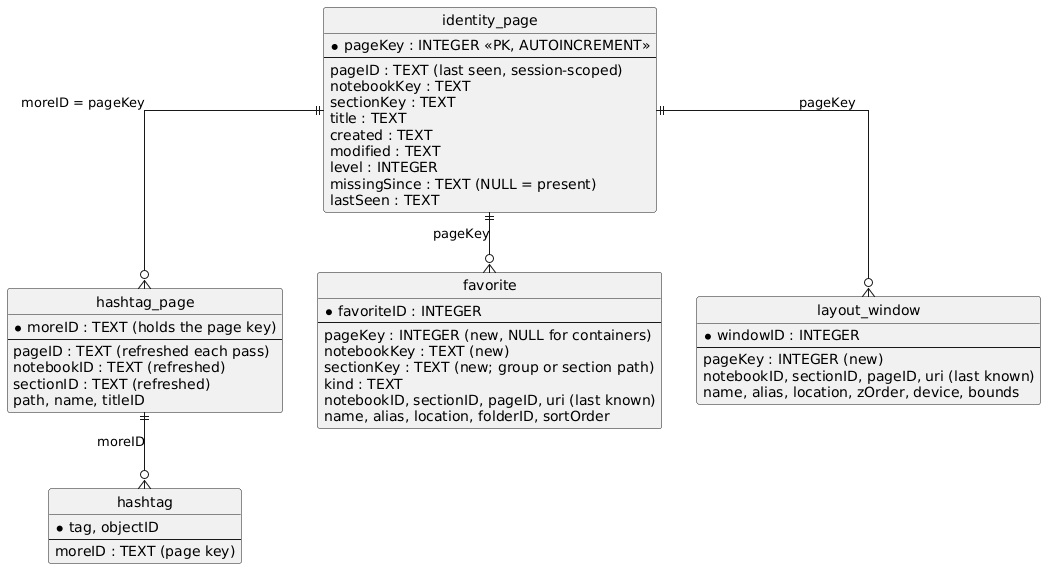
Before: docs/developers/Design - Page Identity_files/image002.png, a diagram exported from PlantUML (stevencohn/OneMore).
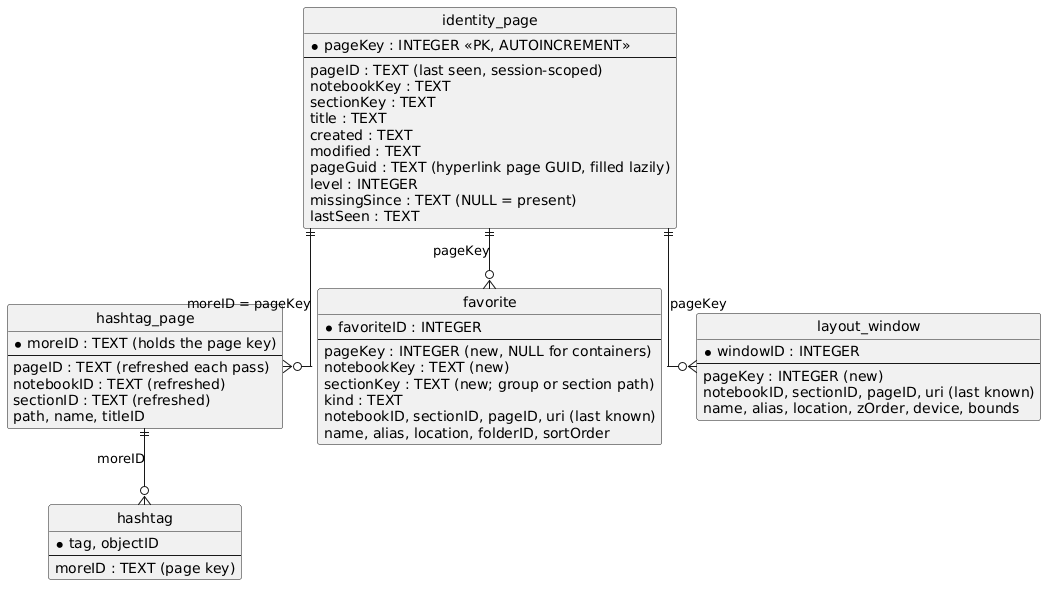
After the change.

The edit, as a diff of the source:
```diff
@@ -10,6 +10,7 @@
 title : TEXT
 created : TEXT
 modified : TEXT
+pageGuid : TEXT (hyperlink page GUID, filled lazily)
 level : INTEGER
 missingSince : TEXT (NULL = present)
 lastSeen : TEXT
```
